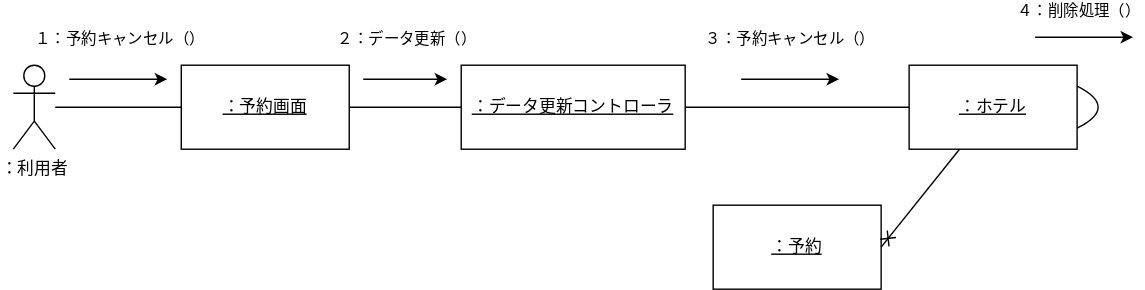
Before: 演習５-2_CD_予約登録削除.drawio.svg, a diagram exported from draw.io (omorirenka/uml-introduction). Source tidied: cells renumbered, new cells last; positions are measured from the earlier drawing's top-left corner, leaving out a move shared by most shapes.
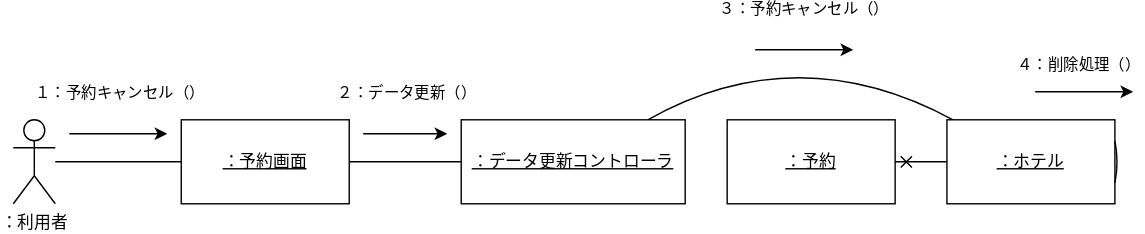
After the commit.

Diff of the diagram source:
```diff
@@ -14,20 +14,24 @@
     <mxCell id="5" value="：予約画面" style="whiteSpace=wrap;html=1;verticalAlign=middle;fontStyle=4;" parent="1" vertex="1">
       <mxGeometry x="120" y="20" width="120" height="60" as="geometry" />
     </mxCell>
-    <mxCell id="6" style="edgeStyle=none;html=1;endArrow=none;endFill=0;" parent="1" edge="1" source="7" target="10">
-      <mxGeometry relative="1" as="geometry" />
+    <mxCell id="6" style="edgeStyle=none;html=1;endArrow=none;endFill=0;curved=1;" parent="1" edge="1" source="7" target="10">
+      <mxGeometry relative="1" as="geometry">
+        <Array as="points">
+          <mxPoint x="560" y="-40" />
+        </Array>
+      </mxGeometry>
     </mxCell>
     <mxCell id="7" value="：データ更新コントローラ" style="whiteSpace=wrap;html=1;fontStyle=4;" parent="1" vertex="1">
       <mxGeometry x="320" y="20" width="160" height="60" as="geometry" />
     </mxCell>
     <mxCell id="8" value="：予約" style="whiteSpace=wrap;html=1;fontStyle=4;" parent="1" vertex="1">
-      <mxGeometry x="500" y="120" width="120" height="60" as="geometry" />
+      <mxGeometry x="510" y="20" width="120" height="60" as="geometry" />
     </mxCell>
     <mxCell id="9" style="edgeStyle=none;curved=1;html=1;entryX=1;entryY=0.5;entryDx=0;entryDy=0;endArrow=cross;endFill=0;" parent="1" edge="1" source="10" target="8">
       <mxGeometry relative="1" as="geometry" />
     </mxCell>
     <mxCell id="10" value="：ホテル" style="whiteSpace=wrap;html=1;fontStyle=4;" parent="1" vertex="1">
-      <mxGeometry x="640" y="20" width="120" height="60" as="geometry" />
+      <mxGeometry x="667" y="20" width="120" height="60" as="geometry" />
     </mxCell>
     <mxCell id="11" style="endArrow=classic;html=1;" parent="1" edge="1">
       <mxGeometry relative="1" as="geometry">
@@ -53,8 +57,8 @@
     </mxCell>
     <mxCell id="15" style="endArrow=classic;html=1;" parent="1" edge="1">
       <mxGeometry relative="1" as="geometry">
-        <mxPoint x="520" y="30" as="sourcePoint" />
-        <mxPoint x="590" y="30" as="targetPoint" />
+        <mxPoint x="530" y="-30" as="sourcePoint" />
+        <mxPoint x="600" y="-30" as="targetPoint" />
       </mxGeometry>
     </mxCell>
     <mxCell id="16" value="３：予約キャンセル（）" style="edgeLabel;html=1;align=center;verticalAlign=middle;" parent="15" vertex="1">
```
